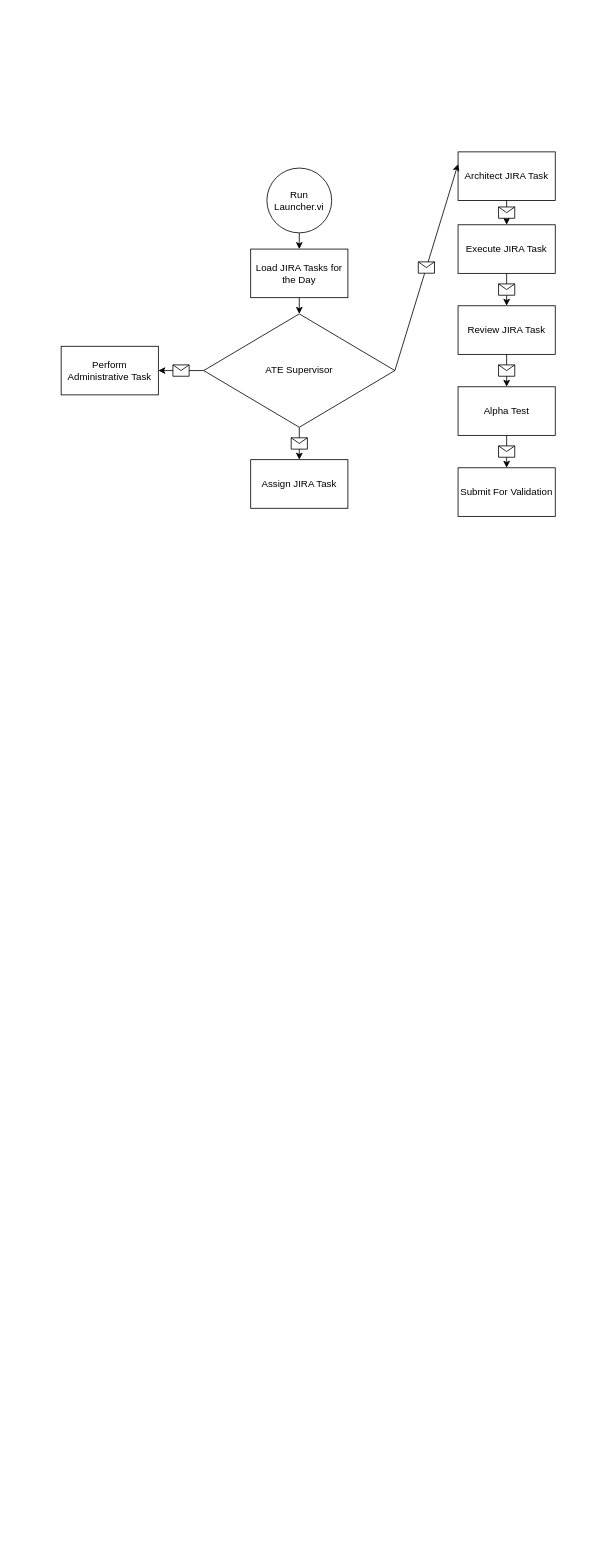
The draw.io diagram JIRA Simulator Flowchart.drawio in KentonYoung/ActorFramework, before the edit. Source tidied: cells renumbered, new cells numbered last; positions are measured from the earlier drawing's top-left corner, leaving out a move shared by most shapes. Both pictures are drawn from the tidied source at 81%, with x=0, y=0 at pixel (61, 151).
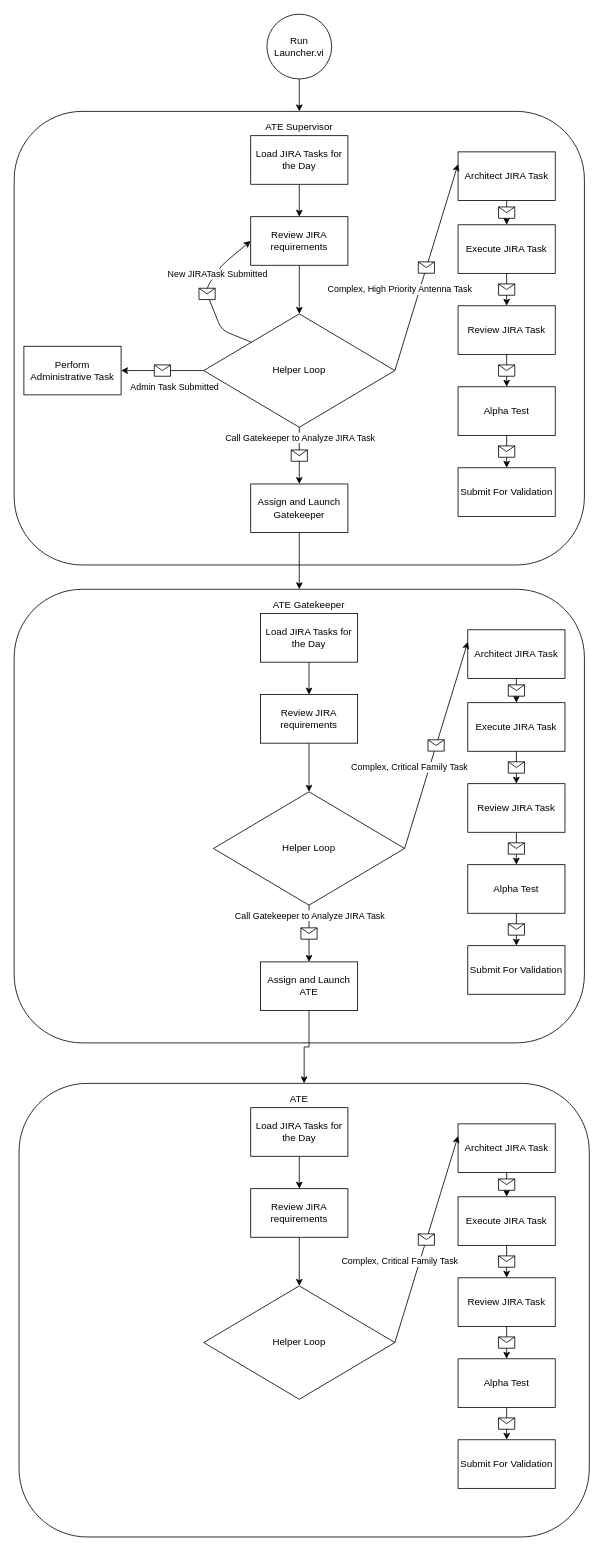
The same diagram, later.

The change refers to these unchanged cells:
```xml
<mxCell id="15" style="endArrow=classic;html=1;exitX=0;exitY=0.5;exitDx=0;exitDy=0;entryX=1;entryY=0.5;entryDx=0;entryDy=0;" parent="1" edge="1" source="12" target="11">
  <mxGeometry relative="1" as="geometry" />
</mxCell>
<mxCell id="17" style="endArrow=classic;html=1;exitX=1;exitY=0.5;exitDx=0;exitDy=0;entryX=0;entryY=0.25;entryDx=0;entryDy=0;" parent="1" edge="1" source="12" target="8">
  <mxGeometry relative="1" as="geometry" />
</mxCell>
<mxCell id="27" style="endArrow=classic;html=1;exitX=0.5;exitY=1;exitDx=0;exitDy=0;entryX=0.5;entryY=0;entryDx=0;entryDy=0;" parent="1" edge="1" source="12" target="7">
  <mxGeometry relative="1" as="geometry" />
</mxCell>
```

Diff of the diagram source:
```diff
@@
+    <mxCell id="29" style="rounded=1;whiteSpace=wrap;html=1;" parent="1" vertex="1">
+      <mxGeometry x="-58" y="540" width="704" height="560" as="geometry" />
+    </mxCell>
+    <mxCell id="30" style="rounded=1;whiteSpace=wrap;html=1;" parent="1" vertex="1">
+      <mxGeometry x="-58" y="-50" width="704" height="560" as="geometry" />
+    </mxCell>
-    <mxCell id="2" style="edgeStyle=orthogonalEdgeStyle;rounded=0;jettySize=auto;html=1;exitX=0.5;exitY=1;exitDx=0;exitDy=0;entryX=0.5;entryY=0;entryDx=0;entryDy=0;" parent="1" edge="1" source="3" target="5">
+    <mxCell id="2" style="edgeStyle=orthogonalEdgeStyle;rounded=0;jettySize=auto;html=1;exitX=0.5;exitY=1;exitDx=0;exitDy=0;entryX=0.5;entryY=0;entryDx=0;entryDy=0;" parent="1" edge="1" source="3" target="30">
       <mxGeometry relative="1" as="geometry" />
     </mxCell>
     <mxCell id="3" value="Run Launcher.vi" style="ellipse;whiteSpace=wrap;html=1;" parent="1" vertex="1">
-      <mxGeometry x="254" y="20" width="80" height="80" as="geometry" />
+      <mxGeometry x="254" y="-170" width="80" height="80" as="geometry" />
     </mxCell>
-    <mxCell id="4" style="edgeStyle=orthogonalEdgeStyle;rounded=0;jettySize=auto;html=1;exitX=0.5;exitY=1;exitDx=0;exitDy=0;entryX=0.5;entryY=0;entryDx=0;entryDy=0;" parent="1" edge="1" source="5" target="12">
-      <mxGeometry relative="1" as="geometry" />
-    </mxCell>
+    <mxCell id="31" style="edgeStyle=orthogonalEdgeStyle;rounded=0;jettySize=auto;html=1;exitX=0.5;exitY=1;exitDx=0;exitDy=0;" parent="1" edge="1" source="5" target="38">
+      <mxGeometry relative="1" as="geometry" />
+    </mxCell>
     <mxCell id="5" value="Load JIRA Tasks for the Day" style="rounded=0;whiteSpace=wrap;html=1;" parent="1" vertex="1">
-      <mxGeometry x="234" y="120" width="120" height="60" as="geometry" />
+      <mxGeometry x="234" y="-20" width="120" height="60" as="geometry" />
     </mxCell>
@@
+    <mxCell id="32" style="edgeStyle=orthogonalEdgeStyle;rounded=0;jettySize=auto;html=1;exitX=0.5;exitY=1;exitDx=0;exitDy=0;" parent="1" edge="1" source="7" target="29">
+      <mxGeometry relative="1" as="geometry" />
+    </mxCell>
-    <mxCell id="7" value="Assign JIRA Task" style="rounded=0;whiteSpace=wrap;html=1;" parent="1" vertex="1">
-      <mxGeometry x="234" y="380" width="120" height="60" as="geometry" />
+    <mxCell id="7" value="Assign and Launch Gatekeeper" style="rounded=0;whiteSpace=wrap;html=1;" parent="1" vertex="1">
+      <mxGeometry x="234" y="410" width="120" height="60" as="geometry" />
     </mxCell>
@@
     <mxCell id="11" value="Perform Administrative Task" style="rounded=0;whiteSpace=wrap;html=1;" parent="1" vertex="1">
-      <mxGeometry y="240" width="120" height="60" as="geometry" />
+      <mxGeometry x="-46" y="240" width="120" height="60" as="geometry" />
     </mxCell>
-    <mxCell id="12" value="ATE Supervisor" style="rhombus;whiteSpace=wrap;html=1;" parent="1" vertex="1">
+    <mxCell id="12" value="Helper Loop" style="rhombus;whiteSpace=wrap;html=1;" parent="1" vertex="1">
       <mxGeometry x="176" y="200" width="236" height="140" as="geometry" />
     </mxCell>
@@
+    <mxCell id="33" value="Admin Task Submitted" style="edgeLabel;html=1;align=center;verticalAlign=middle;" parent="15" vertex="1">
+      <mxGeometry x="-0.44" y="1" relative="1" as="geometry">
+        <mxPoint x="-8" y="19" as="offset" />
+      </mxGeometry>
+    </mxCell>
@@
+    <mxCell id="34" value="Complex, High Priority Antenna Task" style="edgeLabel;html=1;align=center;verticalAlign=middle;" parent="17" vertex="1">
+      <mxGeometry x="-0.44" y="1" relative="1" as="geometry">
+        <mxPoint x="-15" y="-28" as="offset" />
+      </mxGeometry>
+    </mxCell>
@@
+    <mxCell id="35" value="Call Gatekeeper to Analyze JIRA Task" style="edgeLabel;html=1;align=center;verticalAlign=middle;" parent="27" vertex="1">
+      <mxGeometry x="-0.66" relative="1" as="geometry" />
+    </mxCell>
+    <mxCell id="36" value="ATE Supervisor" style="text;html=1;strokeColor=none;fillColor=none;align=center;verticalAlign=middle;whiteSpace=wrap;rounded=0;" parent="1" vertex="1">
+      <mxGeometry x="227" y="-40" width="134" height="20" as="geometry" />
+    </mxCell>
+    <mxCell id="37" style="edgeStyle=orthogonalEdgeStyle;rounded=0;jettySize=auto;html=1;exitX=0.5;exitY=1;exitDx=0;exitDy=0;entryX=0.5;entryY=0;entryDx=0;entryDy=0;" parent="1" edge="1" source="38" target="12">
+      <mxGeometry relative="1" as="geometry" />
+    </mxCell>
+    <mxCell id="38" value="Review JIRA requirements" style="rounded=0;whiteSpace=wrap;html=1;" parent="1" vertex="1">
+      <mxGeometry x="234" y="80" width="120" height="60" as="geometry" />
+    </mxCell>
+    <mxCell id="39" style="endArrow=classic;html=1;exitX=0;exitY=0;exitDx=0;exitDy=0;entryX=0;entryY=0.5;entryDx=0;entryDy=0;" parent="1" edge="1" source="12" target="38">
+      <mxGeometry relative="1" as="geometry">
+        <Array as="points">
+          <mxPoint x="198" y="220" />
+          <mxPoint x="178" y="170" />
+          <mxPoint x="198" y="140" />
+        </Array>
+      </mxGeometry>
+    </mxCell>
+    <mxCell id="40" style="shape=message;html=1;" parent="39" vertex="1">
+      <mxGeometry width="20" height="14" relative="1" as="geometry">
+        <mxPoint x="-10" y="-7" as="offset" />
+      </mxGeometry>
+    </mxCell>
+    <mxCell id="41" value="New JIRATask Submitted" style="edgeLabel;html=1;align=center;verticalAlign=middle;" parent="39" vertex="1">
+      <mxGeometry x="-0.55" y="-13" relative="1" as="geometry">
+        <mxPoint x="-18" y="-65.1" as="offset" />
+      </mxGeometry>
+    </mxCell>
+    <mxCell id="42" style="edgeStyle=orthogonalEdgeStyle;rounded=0;jettySize=auto;html=1;exitX=0.5;exitY=1;exitDx=0;exitDy=0;" parent="1" edge="1" source="43" target="69">
+      <mxGeometry relative="1" as="geometry" />
+    </mxCell>
+    <mxCell id="43" value="Load JIRA Tasks for the Day" style="rounded=0;whiteSpace=wrap;html=1;" parent="1" vertex="1">
+      <mxGeometry x="246" y="570" width="120" height="60" as="geometry" />
+    </mxCell>
+    <mxCell id="44" value="Alpha Test" style="rounded=0;whiteSpace=wrap;html=1;" parent="1" vertex="1">
+      <mxGeometry x="502" y="880" width="120" height="60" as="geometry" />
+    </mxCell>
+    <mxCell id="45" style="edgeStyle=orthogonalEdgeStyle;rounded=0;jettySize=auto;html=1;exitX=0.5;exitY=1;exitDx=0;exitDy=0;entryX=0.5;entryY=0;entryDx=0;entryDy=0;" parent="1" edge="1" source="46" target="70">
+      <mxGeometry relative="1" as="geometry" />
+    </mxCell>
+    <mxCell id="46" value="Assign and Launch ATE" style="rounded=0;whiteSpace=wrap;html=1;" parent="1" vertex="1">
+      <mxGeometry x="246" y="1000" width="120" height="60" as="geometry" />
+    </mxCell>
+    <mxCell id="47" value="Architect JIRA Task" style="rounded=0;whiteSpace=wrap;html=1;" parent="1" vertex="1">
+      <mxGeometry x="502" y="590" width="120" height="60" as="geometry" />
+    </mxCell>
+    <mxCell id="48" value="Execute JIRA Task" style="rounded=0;whiteSpace=wrap;html=1;" parent="1" vertex="1">
+      <mxGeometry x="502" y="680" width="120" height="60" as="geometry" />
+    </mxCell>
+    <mxCell id="49" value="Review JIRA Task" style="rounded=0;whiteSpace=wrap;html=1;" parent="1" vertex="1">
+      <mxGeometry x="502" y="780" width="120" height="60" as="geometry" />
+    </mxCell>
+    <mxCell id="50" value="Helper Loop" style="rhombus;whiteSpace=wrap;html=1;" parent="1" vertex="1">
+      <mxGeometry x="188" y="790" width="236" height="140" as="geometry" />
+    </mxCell>
+    <mxCell id="51" style="edgeStyle=orthogonalEdgeStyle;rounded=0;orthogonalLoop=1;jettySize=auto;html=1;exitX=0.5;exitY=1;exitDx=0;exitDy=0;" parent="1" edge="1" source="50" target="50">
+      <mxGeometry relative="1" as="geometry" />
+    </mxCell>
+    <mxCell id="52" value="Submit For Validation" style="rounded=0;whiteSpace=wrap;html=1;" parent="1" vertex="1">
+      <mxGeometry x="502" y="980" width="120" height="60" as="geometry" />
+    </mxCell>
+    <mxCell id="53" style="endArrow=classic;html=1;exitX=1;exitY=0.5;exitDx=0;exitDy=0;entryX=0;entryY=0.25;entryDx=0;entryDy=0;" parent="1" edge="1" source="50" target="47">
+      <mxGeometry relative="1" as="geometry" />
+    </mxCell>
+    <mxCell id="54" style="shape=message;html=1;" parent="53" vertex="1">
+      <mxGeometry width="20" height="14" relative="1" as="geometry">
+        <mxPoint x="-10" y="-7" as="offset" />
+      </mxGeometry>
+    </mxCell>
+    <mxCell id="55" value="Complex, Critical Family Task" style="edgeLabel;html=1;align=center;verticalAlign=middle;" parent="53" vertex="1">
+      <mxGeometry x="-0.44" y="1" relative="1" as="geometry">
+        <mxPoint x="-15" y="-28" as="offset" />
+      </mxGeometry>
+    </mxCell>
+    <mxCell id="56" style="endArrow=classic;html=1;exitX=0.5;exitY=1;exitDx=0;exitDy=0;entryX=0.5;entryY=0;entryDx=0;entryDy=0;" parent="1" edge="1" source="47" target="48">
+      <mxGeometry relative="1" as="geometry" />
+    </mxCell>
+    <mxCell id="57" style="shape=message;html=1;" parent="56" vertex="1">
+      <mxGeometry width="20" height="14" relative="1" as="geometry">
+        <mxPoint x="-10" y="-7" as="offset" />
+      </mxGeometry>
+    </mxCell>
+    <mxCell id="58" style="endArrow=classic;html=1;" parent="1" edge="1" source="48">
+      <mxGeometry relative="1" as="geometry">
+        <mxPoint x="562" y="780" as="targetPoint" />
+      </mxGeometry>
+    </mxCell>
+    <mxCell id="59" style="shape=message;html=1;" parent="58" vertex="1">
+      <mxGeometry width="20" height="14" relative="1" as="geometry">
+        <mxPoint x="-10" y="-7" as="offset" />
+      </mxGeometry>
+    </mxCell>
+    <mxCell id="60" style="endArrow=classic;html=1;exitX=0.5;exitY=1;exitDx=0;exitDy=0;" parent="1" edge="1" source="49" target="44">
+      <mxGeometry relative="1" as="geometry" />
+    </mxCell>
+    <mxCell id="61" style="shape=message;html=1;" parent="60" vertex="1">
+      <mxGeometry width="20" height="14" relative="1" as="geometry">
+        <mxPoint x="-10" y="-7" as="offset" />
+      </mxGeometry>
+    </mxCell>
+    <mxCell id="62" style="endArrow=classic;html=1;exitX=0.5;exitY=1;exitDx=0;exitDy=0;entryX=0.5;entryY=0;entryDx=0;entryDy=0;" parent="1" edge="1" source="44" target="52">
+      <mxGeometry relative="1" as="geometry" />
+    </mxCell>
+    <mxCell id="63" style="shape=message;html=1;" parent="62" vertex="1">
+      <mxGeometry width="20" height="14" relative="1" as="geometry">
+        <mxPoint x="-10" y="-7" as="offset" />
+      </mxGeometry>
+    </mxCell>
+    <mxCell id="64" style="endArrow=classic;html=1;exitX=0.5;exitY=1;exitDx=0;exitDy=0;entryX=0.5;entryY=0;entryDx=0;entryDy=0;" parent="1" edge="1" source="50" target="46">
+      <mxGeometry relative="1" as="geometry" />
+    </mxCell>
+    <mxCell id="65" style="shape=message;html=1;" parent="64" vertex="1">
+      <mxGeometry width="20" height="14" relative="1" as="geometry">
+        <mxPoint x="-10" y="-7" as="offset" />
+      </mxGeometry>
+    </mxCell>
+    <mxCell id="66" value="Call Gatekeeper to Analyze JIRA Task" style="edgeLabel;html=1;align=center;verticalAlign=middle;" parent="64" vertex="1">
+      <mxGeometry x="-0.66" relative="1" as="geometry" />
+    </mxCell>
+    <mxCell id="67" value="ATE Gatekeeper" style="text;html=1;strokeColor=none;fillColor=none;align=center;verticalAlign=middle;whiteSpace=wrap;rounded=0;" parent="1" vertex="1">
+      <mxGeometry x="239" y="550" width="134" height="20" as="geometry" />
+    </mxCell>
+    <mxCell id="68" style="edgeStyle=orthogonalEdgeStyle;rounded=0;jettySize=auto;html=1;exitX=0.5;exitY=1;exitDx=0;exitDy=0;entryX=0.5;entryY=0;entryDx=0;entryDy=0;" parent="1" edge="1" source="69" target="50">
+      <mxGeometry relative="1" as="geometry" />
+    </mxCell>
+    <mxCell id="69" value="Review JIRA requirements" style="rounded=0;whiteSpace=wrap;html=1;" parent="1" vertex="1">
+      <mxGeometry x="246" y="670" width="120" height="60" as="geometry" />
+    </mxCell>
+    <mxCell id="70" style="rounded=1;whiteSpace=wrap;html=1;" parent="1" vertex="1">
+      <mxGeometry x="-52" y="1150" width="704" height="560" as="geometry" />
+    </mxCell>
+    <mxCell id="71" style="edgeStyle=orthogonalEdgeStyle;rounded=0;jettySize=auto;html=1;exitX=0.5;exitY=1;exitDx=0;exitDy=0;" parent="1" edge="1" source="72" target="93">
+      <mxGeometry relative="1" as="geometry" />
+    </mxCell>
+    <mxCell id="72" value="Load JIRA Tasks for the Day" style="rounded=0;whiteSpace=wrap;html=1;" parent="1" vertex="1">
+      <mxGeometry x="234" y="1180" width="120" height="60" as="geometry" />
+    </mxCell>
+    <mxCell id="73" value="Alpha Test" style="rounded=0;whiteSpace=wrap;html=1;" parent="1" vertex="1">
+      <mxGeometry x="490" y="1490" width="120" height="60" as="geometry" />
+    </mxCell>
+    <mxCell id="74" value="Architect JIRA Task" style="rounded=0;whiteSpace=wrap;html=1;" parent="1" vertex="1">
+      <mxGeometry x="490" y="1200" width="120" height="60" as="geometry" />
+    </mxCell>
+    <mxCell id="75" value="Execute JIRA Task" style="rounded=0;whiteSpace=wrap;html=1;" parent="1" vertex="1">
+      <mxGeometry x="490" y="1290" width="120" height="60" as="geometry" />
+    </mxCell>
+    <mxCell id="76" value="Review JIRA Task" style="rounded=0;whiteSpace=wrap;html=1;" parent="1" vertex="1">
+      <mxGeometry x="490" y="1390" width="120" height="60" as="geometry" />
+    </mxCell>
+    <mxCell id="77" value="Helper Loop" style="rhombus;whiteSpace=wrap;html=1;" parent="1" vertex="1">
+      <mxGeometry x="176" y="1400" width="236" height="140" as="geometry" />
+    </mxCell>
+    <mxCell id="78" style="edgeStyle=orthogonalEdgeStyle;rounded=0;orthogonalLoop=1;jettySize=auto;html=1;exitX=0.5;exitY=1;exitDx=0;exitDy=0;" parent="1" edge="1" source="77" target="77">
+      <mxGeometry relative="1" as="geometry" />
+    </mxCell>
+    <mxCell id="79" value="Submit For Validation" style="rounded=0;whiteSpace=wrap;html=1;" parent="1" vertex="1">
+      <mxGeometry x="490" y="1590" width="120" height="60" as="geometry" />
+    </mxCell>
+    <mxCell id="80" style="endArrow=classic;html=1;exitX=1;exitY=0.5;exitDx=0;exitDy=0;entryX=0;entryY=0.25;entryDx=0;entryDy=0;" parent="1" edge="1" source="77" target="74">
+      <mxGeometry relative="1" as="geometry" />
+    </mxCell>
+    <mxCell id="81" style="shape=message;html=1;" parent="80" vertex="1">
+      <mxGeometry width="20" height="14" relative="1" as="geometry">
+        <mxPoint x="-10" y="-7" as="offset" />
+      </mxGeometry>
+    </mxCell>
+    <mxCell id="82" value="Complex, Critical Family Task" style="edgeLabel;html=1;align=center;verticalAlign=middle;" parent="80" vertex="1">
+      <mxGeometry x="-0.44" y="1" relative="1" as="geometry">
+        <mxPoint x="-15" y="-28" as="offset" />
+      </mxGeometry>
+    </mxCell>
+    <mxCell id="83" style="endArrow=classic;html=1;exitX=0.5;exitY=1;exitDx=0;exitDy=0;entryX=0.5;entryY=0;entryDx=0;entryDy=0;" parent="1" edge="1" source="74" target="75">
+      <mxGeometry relative="1" as="geometry" />
+    </mxCell>
+    <mxCell id="84" style="shape=message;html=1;" parent="83" vertex="1">
+      <mxGeometry width="20" height="14" relative="1" as="geometry">
+        <mxPoint x="-10" y="-7" as="offset" />
+      </mxGeometry>
+    </mxCell>
+    <mxCell id="85" style="endArrow=classic;html=1;" parent="1" edge="1" source="75">
+      <mxGeometry relative="1" as="geometry">
+        <mxPoint x="550" y="1390" as="targetPoint" />
+      </mxGeometry>
+    </mxCell>
+    <mxCell id="86" style="shape=message;html=1;" parent="85" vertex="1">
+      <mxGeometry width="20" height="14" relative="1" as="geometry">
+        <mxPoint x="-10" y="-7" as="offset" />
+      </mxGeometry>
+    </mxCell>
+    <mxCell id="87" style="endArrow=classic;html=1;exitX=0.5;exitY=1;exitDx=0;exitDy=0;" parent="1" edge="1" source="76" target="73">
+      <mxGeometry relative="1" as="geometry" />
+    </mxCell>
+    <mxCell id="88" style="shape=message;html=1;" parent="87" vertex="1">
+      <mxGeometry width="20" height="14" relative="1" as="geometry">
+        <mxPoint x="-10" y="-7" as="offset" />
+      </mxGeometry>
+    </mxCell>
+    <mxCell id="89" style="endArrow=classic;html=1;exitX=0.5;exitY=1;exitDx=0;exitDy=0;entryX=0.5;entryY=0;entryDx=0;entryDy=0;" parent="1" edge="1" source="73" target="79">
+      <mxGeometry relative="1" as="geometry" />
+    </mxCell>
+    <mxCell id="90" style="shape=message;html=1;" parent="89" vertex="1">
+      <mxGeometry width="20" height="14" relative="1" as="geometry">
+        <mxPoint x="-10" y="-7" as="offset" />
+      </mxGeometry>
+    </mxCell>
+    <mxCell id="91" value="ATE" style="text;html=1;strokeColor=none;fillColor=none;align=center;verticalAlign=middle;whiteSpace=wrap;rounded=0;" parent="1" vertex="1">
+      <mxGeometry x="227" y="1160" width="134" height="20" as="geometry" />
+    </mxCell>
+    <mxCell id="92" style="edgeStyle=orthogonalEdgeStyle;rounded=0;jettySize=auto;html=1;exitX=0.5;exitY=1;exitDx=0;exitDy=0;entryX=0.5;entryY=0;entryDx=0;entryDy=0;" parent="1" edge="1" source="93" target="77">
+      <mxGeometry relative="1" as="geometry" />
+    </mxCell>
+    <mxCell id="93" value="Review JIRA requirements" style="rounded=0;whiteSpace=wrap;html=1;" parent="1" vertex="1">
+      <mxGeometry x="234" y="1280" width="120" height="60" as="geometry" />
+    </mxCell>
```
